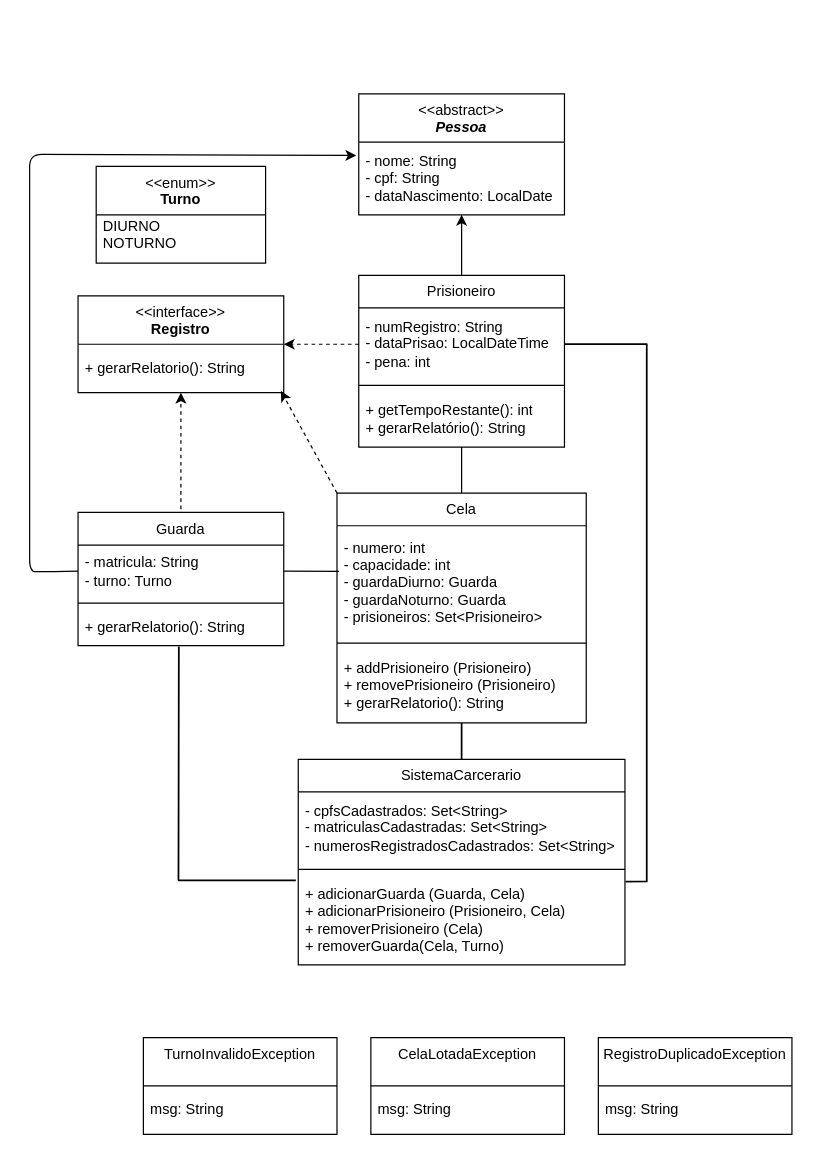
This is diagrama.drawio from laisvarela/SistemaCarcerario, a draw.io file, before an edit. Source tidied: cells renumbered, new cells numbered last; positions are measured from the earlier drawing's top-left corner, leaving out a move shared by most shapes. Both pictures are drawn from the tidied source at 121%, with x=0, y=0 at pixel (29, 93).
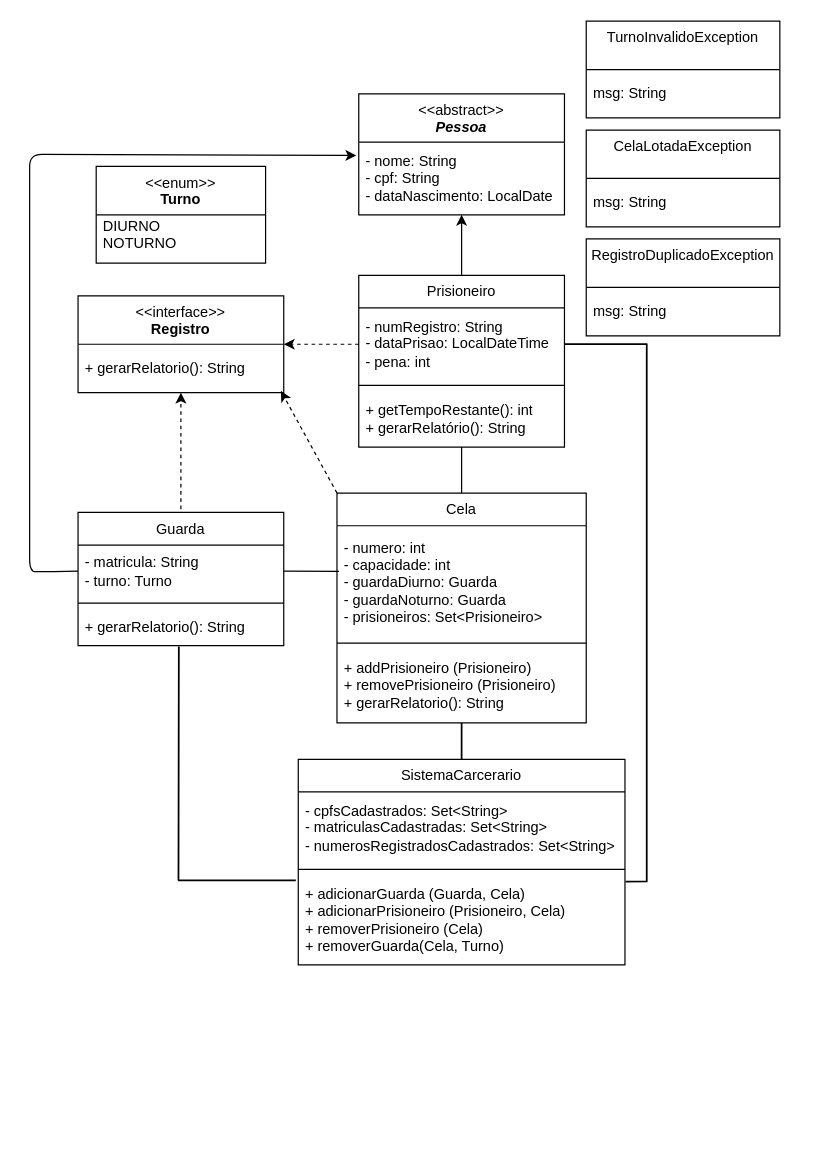
The same diagram, later.

What changed in the source:
```diff
@@
-<mxGraphModel>
+<mxGraphModel background="#ffffff">
@@
     <mxCell id="8" value="TurnoInvalidoException" style="swimlane;fontStyle=0;align=center;verticalAlign=top;horizontal=1;startSize=40;html=1;whiteSpace=wrap;" parent="1" vertex="1">
-      <mxGeometry x="94" y="780" width="160" height="80" as="geometry" />
+      <mxGeometry x="460" y="-60" width="160" height="80" as="geometry" />
     </mxCell>
@@
     <mxCell id="10" value="CelaLotadaException" style="swimlane;fontStyle=0;align=center;verticalAlign=top;horizontal=1;startSize=40;html=1;whiteSpace=wrap;" parent="1" vertex="1">
-      <mxGeometry x="282" y="780" width="160" height="80" as="geometry" />
+      <mxGeometry x="460" y="30" width="160" height="80" as="geometry" />
     </mxCell>
@@
     <mxCell id="12" value="RegistroDuplicadoException" style="swimlane;fontStyle=0;align=center;verticalAlign=top;horizontal=1;startSize=40;html=1;whiteSpace=wrap;" parent="1" vertex="1">
-      <mxGeometry x="470" y="780" width="160" height="80" as="geometry" />
+      <mxGeometry x="460" y="120" width="160" height="80" as="geometry" />
     </mxCell>
```
